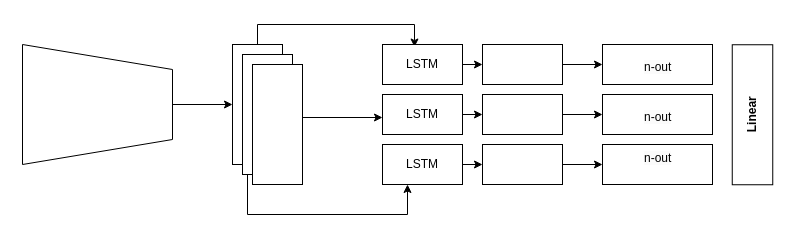
Alam12345678/heart-murmurs-ai keeps this draw.io diagram as Untitled Diagram.drawio. Above is the earlier version. Source tidied: cells renumbered, new cells numbered last; positions are measured from the earlier drawing's top-left corner, leaving out a move shared by most shapes. Both pictures are drawn from the tidied source at 100%, with x=0, y=0 at pixel (37, 24).
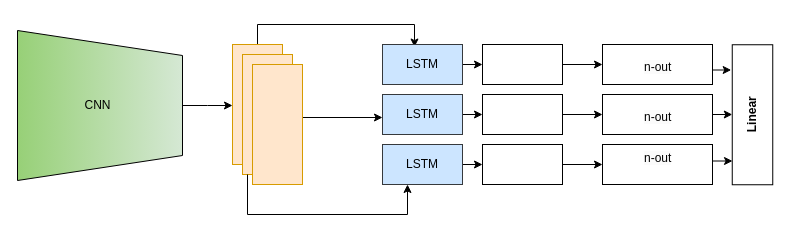
Above is the later version.

The change refers to these unchanged cells:
```xml
<mxCell id="26" value="&lt;span style=&quot;color: rgb(0, 0, 0); font-family: Helvetica; font-size: 12px; font-style: normal; font-variant-ligatures: normal; font-variant-caps: normal; font-weight: 400; letter-spacing: normal; orphans: 2; text-align: center; text-indent: 0px; text-transform: none; widows: 2; word-spacing: 0px; -webkit-text-stroke-width: 0px; white-space: normal; background-color: rgb(251, 251, 251); text-decoration-thickness: initial; text-decoration-style: initial; text-decoration-color: initial; display: inline !important; float: none;&quot;&gt;n-out&lt;/span&gt;" style="text;whiteSpace=wrap;html=1;" parent="1" vertex="1">
  <mxGeometry x="605" y="29" width="70" height="22" as="geometry" />
</mxCell>
<mxCell id="27" value="&lt;span style=&quot;color: rgb(0, 0, 0); font-family: Helvetica; font-size: 12px; font-style: normal; font-variant-ligatures: normal; font-variant-caps: normal; font-weight: 400; letter-spacing: normal; orphans: 2; text-align: center; text-indent: 0px; text-transform: none; widows: 2; word-spacing: 0px; -webkit-text-stroke-width: 0px; white-space: normal; background-color: rgb(251, 251, 251); text-decoration-thickness: initial; text-decoration-style: initial; text-decoration-color: initial; display: inline !important; float: none;&quot;&gt;n-out&lt;/span&gt;" style="text;whiteSpace=wrap;html=1;" parent="1" vertex="1">
  <mxGeometry x="605" y="79" width="70" height="22" as="geometry" />
</mxCell>
<mxCell id="28" value="&lt;span style=&quot;color: rgb(0, 0, 0); font-family: Helvetica; font-size: 12px; font-style: normal; font-variant-ligatures: normal; font-variant-caps: normal; font-weight: 400; letter-spacing: normal; orphans: 2; text-align: center; text-indent: 0px; text-transform: none; widows: 2; word-spacing: 0px; -webkit-text-stroke-width: 0px; white-space: normal; background-color: rgb(251, 251, 251); text-decoration-thickness: initial; text-decoration-style: initial; text-decoration-color: initial; display: inline !important; float: none;&quot;&gt;n-out&lt;/span&gt;" style="text;whiteSpace=wrap;html=1;" parent="1" vertex="1">
  <mxGeometry x="605" y="120" width="70" height="22" as="geometry" />
</mxCell>
<mxCell id="29" value="&lt;b&gt;Linear&lt;/b&gt;" style="rounded=0;whiteSpace=wrap;html=1;rotation=-90;" parent="1" vertex="1">
  <mxGeometry x="645" y="70" width="140" height="40.5" as="geometry" />
</mxCell>
```

Diff of the diagram source:
```diff
@@
-    <mxCell id="2" style="edgeStyle=orthogonalEdgeStyle;rounded=0;jettySize=auto;html=1;exitX=0.5;exitY=0;exitDx=0;exitDy=0;entryX=0.5;entryY=1;entryDx=0;entryDy=0;" parent="1" edge="1" source="3" target="6">
-      <mxGeometry relative="1" as="geometry" />
+    <mxCell id="2" style="edgeStyle=orthogonalEdgeStyle;rounded=0;jettySize=auto;html=1;exitX=0.5;exitY=0;exitDx=0;exitDy=0;entryX=0.5;entryY=1;entryDx=0;entryDy=0;" parent="1" edge="1" source="3">
+      <mxGeometry relative="1" as="geometry">
+        <mxPoint x="195" y="81" as="targetPoint" />
+      </mxGeometry>
     </mxCell>
-    <mxCell id="3" style="shape=trapezoid;perimeter=trapezoidPerimeter;whiteSpace=wrap;html=1;fixedSize=1;rotation=90;size=25;" parent="1" vertex="1">
-      <mxGeometry y="5" width="120" height="150" as="geometry" />
+    <mxCell id="3" style="shape=trapezoid;perimeter=trapezoidPerimeter;whiteSpace=wrap;html=1;fixedSize=1;rotation=90;size=25;fillColor=#d5e8d4;strokeColor=#000000;gradientColor=#97d077;" parent="1" vertex="1">
+      <mxGeometry x="-12.5" y="-1.5" width="150" height="165" as="geometry" />
     </mxCell>
@@
-    <mxCell id="6" style="rounded=0;whiteSpace=wrap;html=1;direction=south;" parent="1" vertex="1">
+    <mxCell id="6" style="rounded=0;whiteSpace=wrap;html=1;direction=south;fillColor=#ffe6cc;strokeColor=#d79b00;" parent="1" vertex="1">
       <mxGeometry x="195" y="20" width="50" height="120" as="geometry" />
     </mxCell>
-    <mxCell id="7" style="rounded=0;whiteSpace=wrap;html=1;direction=south;" parent="1" vertex="1">
+    <mxCell id="7" style="rounded=0;whiteSpace=wrap;html=1;direction=south;fillColor=#ffe6cc;strokeColor=#d79b00;" parent="1" vertex="1">
       <mxGeometry x="205" y="30" width="50" height="120" as="geometry" />
     </mxCell>
@@
-    <mxCell id="10" style="rounded=0;whiteSpace=wrap;html=1;direction=south;" parent="1" vertex="1">
+    <mxCell id="10" style="rounded=0;whiteSpace=wrap;html=1;direction=south;fillColor=#ffe6cc;strokeColor=#d79b00;" parent="1" vertex="1">
       <mxGeometry x="215" y="40" width="50" height="120" as="geometry" />
     </mxCell>
@@
-    <mxCell id="12" value="LSTM" style="rounded=0;whiteSpace=wrap;html=1;" parent="1" vertex="1">
+    <mxCell id="12" value="LSTM" style="rounded=0;whiteSpace=wrap;html=1;fillColor=#cce5ff;strokeColor=#36393d;" parent="1" vertex="1">
       <mxGeometry x="345" y="20" width="80" height="40" as="geometry" />
     </mxCell>
@@
-    <mxCell id="14" value="LSTM" style="rounded=0;whiteSpace=wrap;html=1;" parent="1" vertex="1">
+    <mxCell id="14" value="LSTM" style="rounded=0;whiteSpace=wrap;html=1;fillColor=#cce5ff;strokeColor=#36393d;" parent="1" vertex="1">
       <mxGeometry x="345" y="70" width="80" height="40" as="geometry" />
     </mxCell>
@@
-    <mxCell id="16" value="LSTM" style="rounded=0;whiteSpace=wrap;html=1;" parent="1" vertex="1">
+    <mxCell id="16" value="LSTM" style="rounded=0;whiteSpace=wrap;html=1;fillColor=#cce5ff;strokeColor=#36393d;" parent="1" vertex="1">
       <mxGeometry x="345" y="120" width="80" height="40" as="geometry" />
     </mxCell>
@@
+    <mxCell id="30" style="edgeStyle=orthogonalEdgeStyle;rounded=0;jettySize=auto;html=1;exitX=1;exitY=0.75;exitDx=0;exitDy=0;entryX=0.817;entryY=-0.027;entryDx=0;entryDy=0;entryPerimeter=0;" parent="1" edge="1" source="26" target="29">
+      <mxGeometry relative="1" as="geometry" />
+    </mxCell>
@@
+    <mxCell id="31" style="edgeStyle=orthogonalEdgeStyle;rounded=0;jettySize=auto;html=1;exitX=1;exitY=0.5;exitDx=0;exitDy=0;entryX=0.5;entryY=0;entryDx=0;entryDy=0;" parent="1" edge="1" source="27" target="29">
+      <mxGeometry relative="1" as="geometry" />
+    </mxCell>
@@
+    <mxCell id="32" style="edgeStyle=orthogonalEdgeStyle;rounded=0;jettySize=auto;html=1;exitX=1;exitY=0.75;exitDx=0;exitDy=0;entryX=0.168;entryY=0.006;entryDx=0;entryDy=0;entryPerimeter=0;" parent="1" edge="1" source="28" target="29">
+      <mxGeometry relative="1" as="geometry" />
+    </mxCell>
+    <mxCell id="33" value="CNN" style="text;html=1;align=center;verticalAlign=middle;strokeColor=none;fillColor=none;" parent="1" vertex="1">
+      <mxGeometry x="35" y="66" width="50" height="30" as="geometry" />
+    </mxCell>
```
